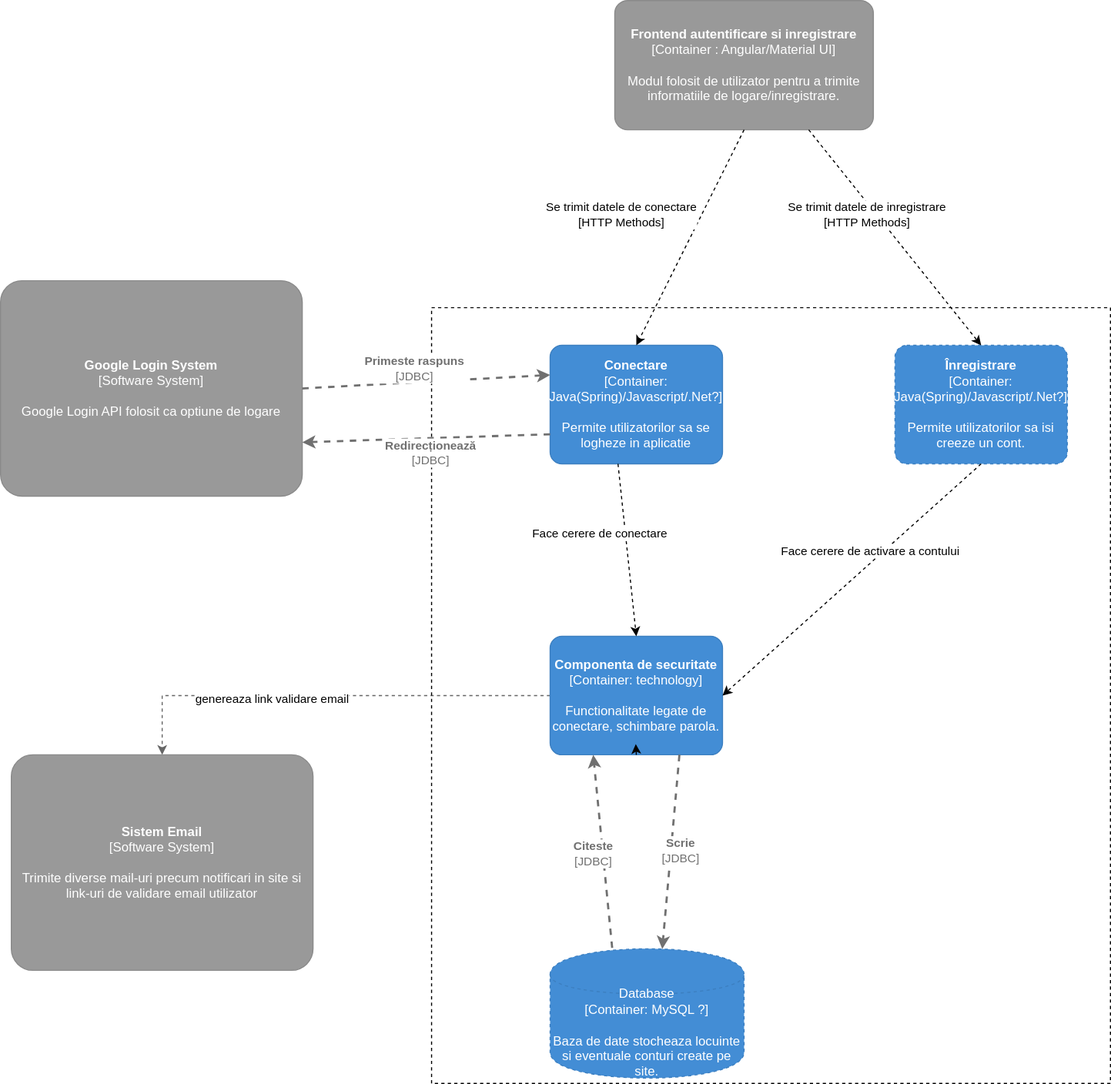
Above: C4-Backend-logare/Nivel3.svg in MirceaSofrone/IPproiect-DeployFront (draw.io), before the change. Source tidied: cells renumbered, new cells last; positions are measured from the earlier drawing's top-left corner, leaving out a move shared by most shapes.
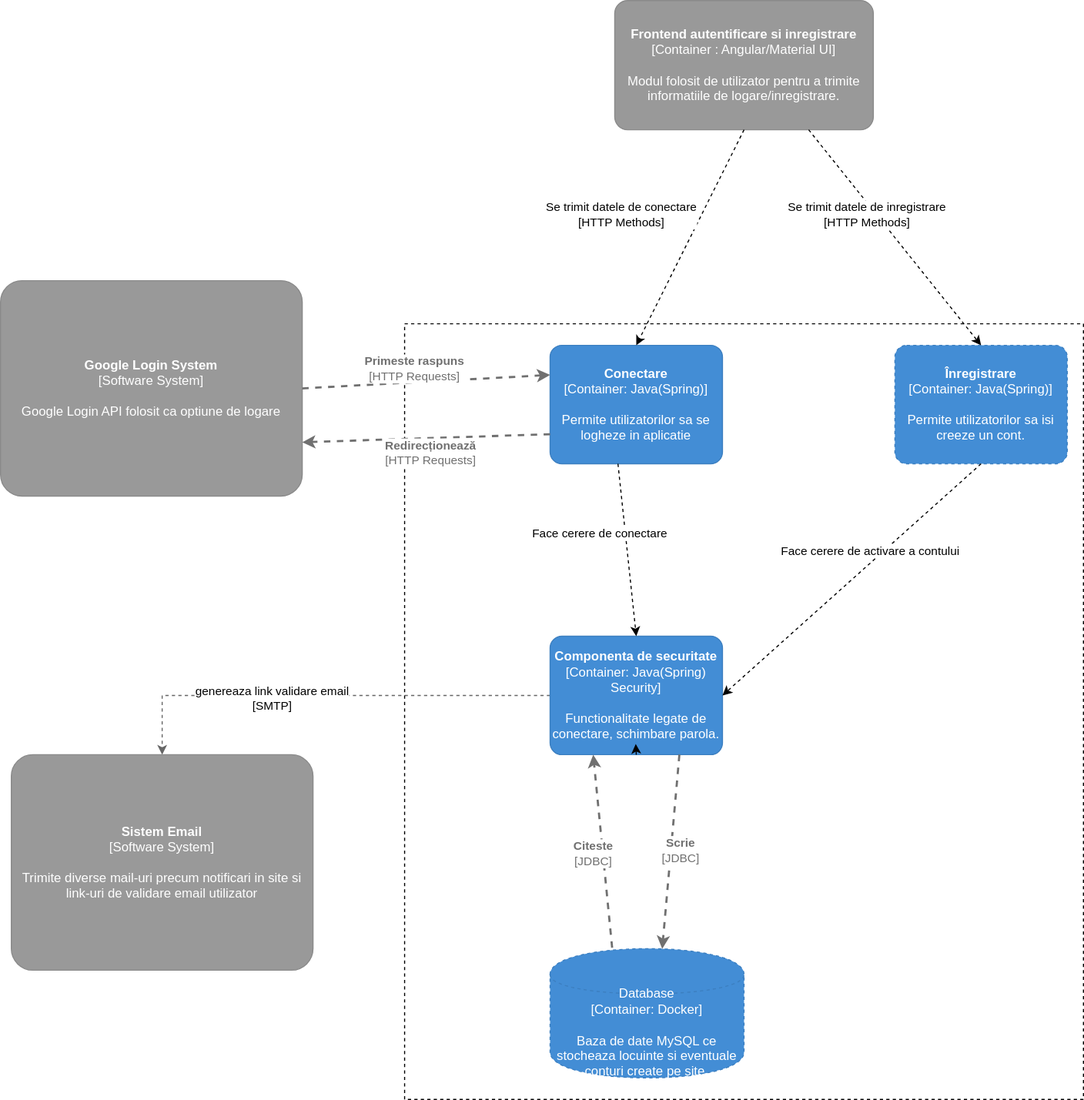
After the change.

Change to the diagram source:
```diff
@@ -2,12 +2,12 @@
   <root>
     <mxCell id="0" />
     <mxCell id="1" parent="0" />
-    <object id="2" label="%c4Type%&lt;div&gt;[Container:&amp;nbsp;%c4Technology%]&lt;/div&gt;&lt;br&gt;&lt;div&gt;%c4Description%&lt;/div&gt;" c4Description="Baza de date stocheaza  locuinte si eventuale conturi create pe site." c4Technology="MySQL ?" c4Type="Database" placeholders="1">
+    <object id="2" label="%c4Type%&lt;div&gt;[Container:&amp;nbsp;%c4Technology%]&lt;/div&gt;&lt;br&gt;&lt;div&gt;%c4Description%&lt;/div&gt;" c4Description="Baza de date MySQL ce stocheaza locuinte si eventuale conturi create pe site." c4Technology="Docker" c4Type="Database" placeholders="1">
       <mxCell style="shape=cylinder;whiteSpace=wrap;html=1;boundedLbl=1;rounded=0;labelBackgroundColor=none;fillColor=#438DD5;fontSize=12;fontColor=#ffffff;align=center;strokeColor=#3C7FC0;points=[[0.5,0,0],[1,0.25,0],[1,0.5,0],[1,0.75,0],[0.5,1,0],[0,0.75,0],[0,0.5,0],[0,0.25,0]];metaData={&quot;c4Type&quot;:{&quot;editable&quot;:false}};dashed=1;" parent="1" vertex="1">
         <mxGeometry x="510" y="880" width="180" height="120" as="geometry" />
       </mxCell>
     </object>
-    <object id="3" label="&lt;b&gt;%c4Name%&lt;/b&gt;&lt;div&gt;[%c4Type%: %c4Technology%]&lt;/div&gt;&lt;br&gt;&lt;div&gt;%c4Description%&lt;/div&gt;" c4Description="Permite utilizatorilor sa isi creeze un cont." c4Name="Înregistrare" c4Technology="Java(Spring)/Javascript/.Net?" c4Type="Container" placeholders="1">
+    <object id="3" label="&lt;b&gt;%c4Name%&lt;/b&gt;&lt;div&gt;[%c4Type%: %c4Technology%]&lt;/div&gt;&lt;br&gt;&lt;div&gt;%c4Description%&lt;/div&gt;" c4Description="Permite utilizatorilor sa isi creeze un cont." c4Name="Înregistrare" c4Technology="Java(Spring)" c4Type="Container" placeholders="1">
       <mxCell style="rounded=1;whiteSpace=wrap;html=1;labelBackgroundColor=none;fillColor=#438DD5;fontColor=#ffffff;align=center;arcSize=10;strokeColor=#3C7FC0;metaData={&quot;c4Type&quot;:{&quot;editable&quot;:false}};points=[[0.25,0,0],[0.5,0,0],[0.75,0,0],[1,0.25,0],[1,0.5,0],[1,0.75,0],[0.75,1,0],[0.5,1,0],[0.25,1,0],[0,0.75,0],[0,0.5,0],[0,0.25,0]];dashed=1;" parent="1" vertex="1">
         <mxGeometry x="830" y="320" width="160" height="110" as="geometry" />
       </mxCell>
@@ -15,10 +15,10 @@
     <mxCell id="4" style="edgeStyle=orthogonalEdgeStyle;rounded=0;jettySize=auto;html=1;exitX=0;exitY=0.5;exitDx=0;exitDy=0;exitPerimeter=0;dashed=1;strokeColor=#666666;entryX=0.5;entryY=0;entryDx=0;entryDy=0;entryPerimeter=0;" parent="1" edge="1" source="6" target="12">
       <mxGeometry relative="1" as="geometry" />
     </mxCell>
-    <mxCell id="5" value="genereaza link validare email" style="edgeLabel;html=1;align=center;verticalAlign=middle;" parent="4" vertex="1">
+    <mxCell id="5" value="genereaza link validare email&lt;br&gt;[SMTP]" style="edgeLabel;html=1;align=center;verticalAlign=middle;" parent="4" vertex="1">
       <mxGeometry x="0.25" y="2" relative="1" as="geometry" />
     </mxCell>
-    <object id="6" label="&lt;b&gt;%c4Name%&lt;/b&gt;&lt;div&gt;[%c4Type%: %c4Technology%]&lt;/div&gt;&lt;br&gt;&lt;div&gt;%c4Description%&lt;/div&gt;" c4Description="Functionalitate legate de conectare, schimbare parola." c4Name="Componenta de securitate" c4Technology="technology" c4Type="Container" placeholders="1">
+    <object id="6" label="&lt;b&gt;%c4Name%&lt;/b&gt;&lt;div&gt;[%c4Type%: %c4Technology%]&lt;/div&gt;&lt;br&gt;&lt;div&gt;%c4Description%&lt;/div&gt;" c4Description="Functionalitate legate de conectare, schimbare parola." c4Name="Componenta de securitate" c4Technology="Java(Spring) Security" c4Type="Container" placeholders="1">
       <mxCell style="rounded=1;whiteSpace=wrap;html=1;labelBackgroundColor=none;fillColor=#438DD5;fontColor=#ffffff;align=center;arcSize=10;strokeColor=#3C7FC0;metaData={&quot;c4Type&quot;:{&quot;editable&quot;:false}};points=[[0.25,0,0],[0.5,0,0],[0.75,0,0],[1,0.25,0],[1,0.5,0],[1,0.75,0],[0.75,1,0],[0.5,1,0],[0.25,1,0],[0,0.75,0],[0,0.5,0],[0,0.25,0]];" parent="1" vertex="1">
         <mxGeometry x="510" y="590" width="160" height="110" as="geometry" />
       </mxCell>
@@ -32,14 +32,14 @@
       </mxGeometry>
     </mxCell>
     <mxCell id="9" style="rounded=0;whiteSpace=wrap;html=1;dashed=1;fillColor=none;" parent="1" vertex="1">
-      <mxGeometry x="400" y="285" width="630" height="720" as="geometry" />
+      <mxGeometry x="375" y="300" width="630" height="720" as="geometry" />
     </mxCell>
     <object id="10" label="&lt;div style=&quot;text-align: left&quot;&gt;&lt;div style=&quot;text-align: center&quot;&gt;&lt;b&gt;%c4Description%&lt;/b&gt;&lt;/div&gt;&lt;div style=&quot;text-align: center&quot;&gt;[%c4Technology%]&lt;/div&gt;&lt;/div&gt;" c4Description="Scrie" c4Technology="JDBC" c4Type="Relationship" placeholders="1">
       <mxCell style="edgeStyle=none;rounded=0;html=1;jettySize=auto;strokeColor=#707070;strokeWidth=2;fontColor=#707070;jumpStyle=none;dashed=1;metaData={&quot;c4Type&quot;:{&quot;editable&quot;:false}};entryX=0.578;entryY=0.002;entryDx=0;entryDy=0;entryPerimeter=0;exitX=0.75;exitY=1;exitDx=0;exitDy=0;exitPerimeter=0;" parent="1" edge="1" source="6" target="2">
         <mxGeometry x="-0.02" y="9" relative="1" as="geometry" />
       </mxCell>
     </object>
-    <object id="11" label="&lt;b&gt;%c4Name%&lt;/b&gt;&lt;div&gt;[%c4Type%: %c4Technology%]&lt;/div&gt;&lt;br&gt;&lt;div&gt;%c4Description%&lt;/div&gt;" c4Description="Permite utilizatorilor sa se logheze in aplicatie" c4Name="Conectare" c4Technology="Java(Spring)/Javascript/.Net?" c4Type="Container" placeholders="1">
+    <object id="11" label="&lt;b&gt;%c4Name%&lt;/b&gt;&lt;div&gt;[%c4Type%: %c4Technology%]&lt;/div&gt;&lt;br&gt;&lt;div&gt;%c4Description%&lt;/div&gt;" c4Description="Permite utilizatorilor sa se logheze in aplicatie" c4Name="Conectare" c4Technology="Java(Spring)" c4Type="Container" placeholders="1">
       <mxCell style="rounded=1;whiteSpace=wrap;html=1;labelBackgroundColor=none;fillColor=#438DD5;fontColor=#ffffff;align=center;arcSize=10;strokeColor=#3C7FC0;metaData={&quot;c4Type&quot;:{&quot;editable&quot;:false}};points=[[0.25,0,0],[0.5,0,0],[0.75,0,0],[1,0.25,0],[1,0.5,0],[1,0.75,0],[0.75,1,0],[0.5,1,0],[0.25,1,0],[0,0.75,0],[0,0.5,0],[0,0.25,0]];" parent="1" vertex="1">
         <mxGeometry x="510" y="320" width="160" height="110" as="geometry" />
       </mxCell>
@@ -75,14 +75,14 @@
         <mxGeometry x="-0.02" y="9" relative="1" as="geometry" />
       </mxCell>
     </object>
-    <object id="19" label="&lt;div style=&quot;text-align: left&quot;&gt;&lt;div style=&quot;text-align: center&quot;&gt;&lt;b&gt;%c4Description%&lt;/b&gt;&lt;/div&gt;&lt;div style=&quot;text-align: center&quot;&gt;[%c4Technology%]&lt;/div&gt;&lt;/div&gt;" c4Description="Redirecționează" c4Technology="JDBC" c4Type="Relationship" placeholders="1">
+    <object id="19" label="&lt;div style=&quot;text-align: left&quot;&gt;&lt;div style=&quot;text-align: center&quot;&gt;&lt;b&gt;%c4Description%&lt;/b&gt;&lt;/div&gt;&lt;div style=&quot;text-align: center&quot;&gt;[%c4Technology%]&lt;/div&gt;&lt;/div&gt;" c4Description="Redirecționează" c4Technology="HTTP Requests" c4Type="Relationship" placeholders="1">
       <mxCell style="edgeStyle=none;rounded=0;html=1;jettySize=auto;strokeColor=#707070;strokeWidth=2;fontColor=#707070;jumpStyle=none;dashed=1;metaData={&quot;c4Type&quot;:{&quot;editable&quot;:false}};entryX=1;entryY=0.75;entryDx=0;entryDy=0;entryPerimeter=0;exitX=0;exitY=0.75;exitDx=0;exitDy=0;exitPerimeter=0;" parent="1" edge="1" source="11" target="13">
         <mxGeometry x="-0.04" y="14" relative="1" as="geometry">
           <mxPoint x="-1" as="offset" />
         </mxGeometry>
       </mxCell>
     </object>
-    <object id="20" label="&lt;div style=&quot;text-align: left&quot;&gt;&lt;div style=&quot;text-align: center&quot;&gt;&lt;b&gt;%c4Description%&lt;/b&gt;&lt;/div&gt;&lt;div style=&quot;text-align: center&quot;&gt;[%c4Technology%]&lt;/div&gt;&lt;/div&gt;" c4Description="Primeste raspuns" c4Technology="JDBC" c4Type="Relationship" placeholders="1">
+    <object id="20" label="&lt;div style=&quot;text-align: left&quot;&gt;&lt;div style=&quot;text-align: center&quot;&gt;&lt;b&gt;%c4Description%&lt;/b&gt;&lt;/div&gt;&lt;div style=&quot;text-align: center&quot;&gt;[%c4Technology%]&lt;/div&gt;&lt;/div&gt;" c4Description="Primeste raspuns" c4Technology="HTTP Requests" c4Type="Relationship" placeholders="1">
       <mxCell style="edgeStyle=none;rounded=0;html=1;jettySize=auto;strokeColor=#707070;strokeWidth=2;fontColor=#707070;jumpStyle=none;dashed=1;metaData={&quot;c4Type&quot;:{&quot;editable&quot;:false}};entryX=0;entryY=0.25;entryDx=0;entryDy=0;entryPerimeter=0;exitX=1;exitY=0.5;exitDx=0;exitDy=0;exitPerimeter=0;" parent="1" edge="1" source="13" target="11">
         <mxGeometry x="-0.09" y="12" relative="1" as="geometry" />
       </mxCell>
```
